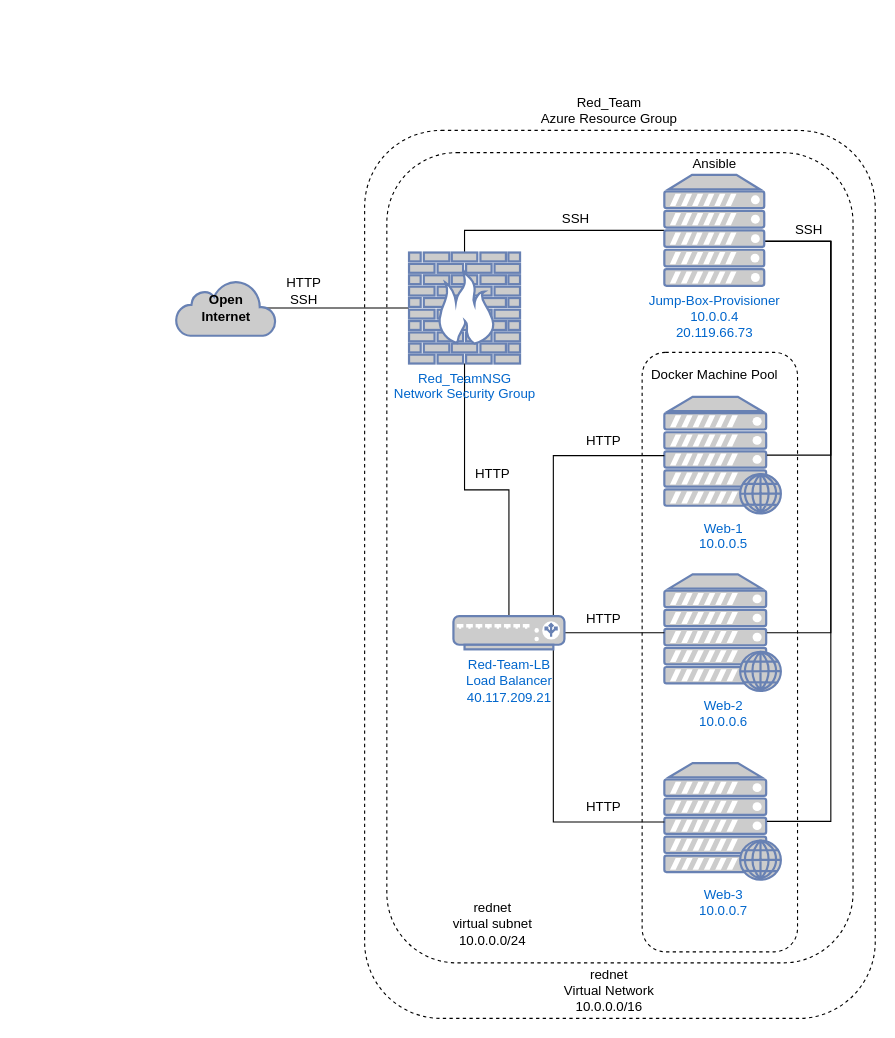
Above: diagrams/Azure_Env.drawio in crashtrtle/UCI-CS-Project1 (draw.io), before the change. Source tidied: cells renumbered, new cells numbered last; positions are measured from the earlier drawing's top-left corner, leaving out a move shared by most shapes. Both pictures are drawn from the tidied source at 111%, with x=0, y=0 at pixel (175, 93).
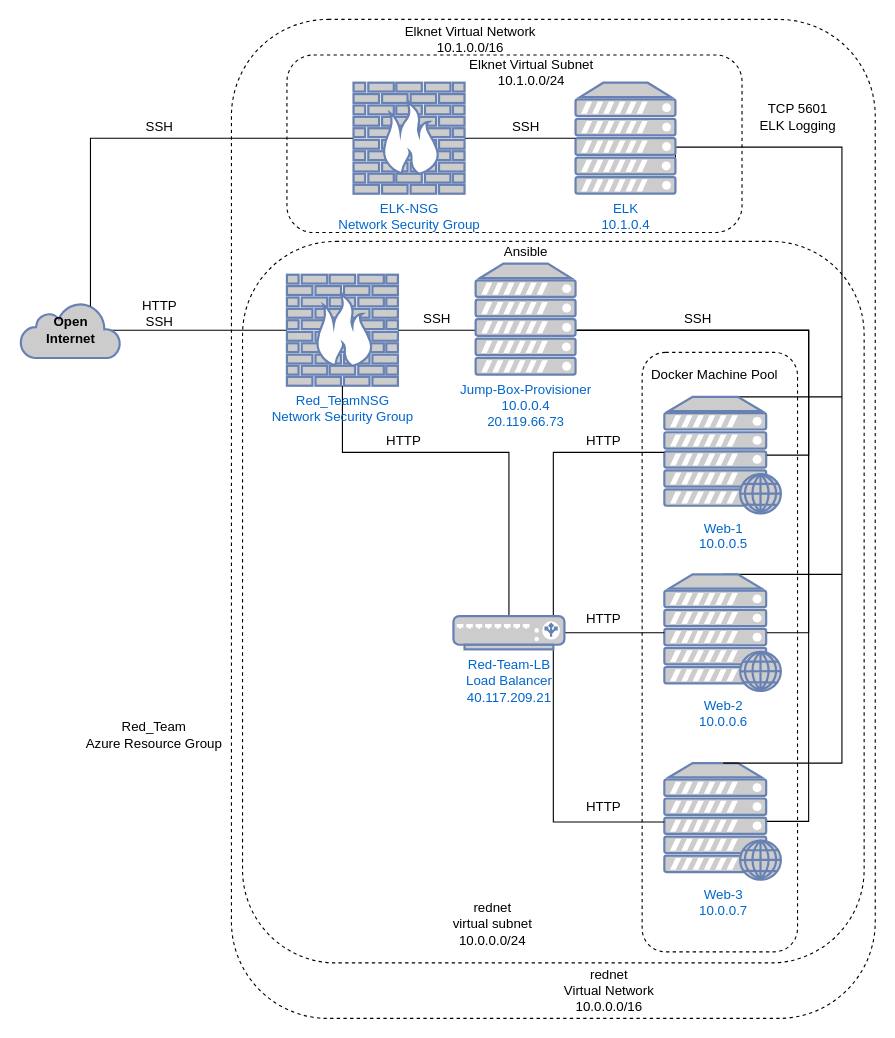
After the change.

Unchanged cells that the change refers to:
```xml
<mxCell id="5" value="Web-3&lt;br&gt;10.0.0.7" style="fontColor=#0066CC;verticalAlign=top;verticalLabelPosition=bottom;labelPosition=center;align=center;html=1;outlineConnect=0;fillColor=#CCCCCC;strokeColor=#6881B3;gradientColor=none;gradientDirection=north;strokeWidth=2;shape=mxgraph.networks.web_server;" parent="1" vertex="1">
  <mxGeometry x="440" y="603" width="105" height="105" as="geometry" />
</mxCell>
<mxCell id="6" value="Web-2&lt;br&gt;10.0.0.6" style="fontColor=#0066CC;verticalAlign=top;verticalLabelPosition=bottom;labelPosition=center;align=center;html=1;outlineConnect=0;fillColor=#CCCCCC;strokeColor=#6881B3;gradientColor=none;gradientDirection=north;strokeWidth=2;shape=mxgraph.networks.web_server;" parent="1" vertex="1">
  <mxGeometry x="440" y="433" width="105" height="105" as="geometry" />
</mxCell>
<mxCell id="7" value="Web-1&lt;br&gt;10.0.0.5" style="fontColor=#0066CC;verticalAlign=top;verticalLabelPosition=bottom;labelPosition=center;align=center;html=1;outlineConnect=0;fillColor=#CCCCCC;strokeColor=#6881B3;gradientColor=none;gradientDirection=north;strokeWidth=2;shape=mxgraph.networks.web_server;" parent="1" vertex="1">
  <mxGeometry x="440" y="273" width="105" height="105" as="geometry" />
</mxCell>
<mxCell id="12" value="Red-Team-LB&lt;br&gt;Load Balancer&lt;br&gt;40.117.209.21" style="fontColor=#0066CC;verticalAlign=top;verticalLabelPosition=bottom;labelPosition=center;align=center;html=1;outlineConnect=0;fillColor=#CCCCCC;strokeColor=#6881B3;gradientColor=none;gradientDirection=north;strokeWidth=2;shape=mxgraph.networks.load_balancer;" parent="1" vertex="1">
  <mxGeometry x="250" y="470.5" width="100" height="30" as="geometry" />
</mxCell>
```

Diff of the diagram source:
```diff
@@
     <mxCell id="2" style="rounded=1;whiteSpace=wrap;html=1;dashed=1;" parent="1" vertex="1">
-      <mxGeometry x="170" y="33" width="460" height="800" as="geometry" />
+      <mxGeometry x="50" y="-67" width="580" height="900" as="geometry" />
     </mxCell>
     <mxCell id="3" style="rounded=1;whiteSpace=wrap;html=1;dashed=1;" parent="1" vertex="1">
-      <mxGeometry x="190" y="53" width="420" height="730" as="geometry" />
+      <mxGeometry x="60" y="133" width="560" height="650" as="geometry" />
     </mxCell>
@@
+    <mxCell id="33" style="edgeStyle=none;rounded=0;jettySize=auto;html=1;exitX=0.5;exitY=0;exitDx=0;exitDy=0;exitPerimeter=0;endArrow=none;endFill=0;strokeColor=default;" parent="1" edge="1" source="6">
+      <mxGeometry relative="1" as="geometry">
+        <mxPoint x="600" y="433" as="targetPoint" />
+      </mxGeometry>
+    </mxCell>
@@
+    <mxCell id="34" style="edgeStyle=none;rounded=0;jettySize=auto;html=1;exitX=0.5;exitY=0;exitDx=0;exitDy=0;exitPerimeter=0;endArrow=none;endFill=0;strokeColor=default;" parent="1" edge="1" source="7">
+      <mxGeometry relative="1" as="geometry">
+        <mxPoint x="600" y="273" as="targetPoint" />
+      </mxGeometry>
+    </mxCell>
@@
     <mxCell id="9" style="edgeStyle=orthogonalEdgeStyle;rounded=0;jettySize=auto;html=1;endArrow=none;endFill=0;" parent="1" edge="1" source="12" target="7">
       <mxGeometry relative="1" as="geometry">
         <Array as="points">
-          <mxPoint x="340" y="326" />
+          <mxPoint x="340" y="323" />
         </Array>
       </mxGeometry>
     </mxCell>
@@
     <mxCell id="11" style="edgeStyle=orthogonalEdgeStyle;rounded=0;jettySize=auto;html=1;exitX=0.5;exitY=0;exitDx=0;exitDy=0;exitPerimeter=0;entryX=0.5;entryY=1;entryDx=0;entryDy=0;entryPerimeter=0;endArrow=none;endFill=0;" parent="1" edge="1" source="12" target="23">
-      <mxGeometry relative="1" as="geometry" />
+      <mxGeometry relative="1" as="geometry">
+        <Array as="points">
+          <mxPoint x="300" y="323" />
+          <mxPoint x="150" y="323" />
+        </Array>
+      </mxGeometry>
     </mxCell>
@@
     <mxCell id="16" style="edgeStyle=orthogonalEdgeStyle;rounded=0;jettySize=auto;html=1;entryX=0.88;entryY=0.5;entryDx=0;entryDy=0;entryPerimeter=0;endArrow=none;endFill=0;" parent="1" edge="1" source="20" target="7">
       <mxGeometry relative="1" as="geometry">
         <Array as="points">
-          <mxPoint x="590" y="133" />
-          <mxPoint x="590" y="326" />
+          <mxPoint x="570" y="213" />
+          <mxPoint x="570" y="326" />
         </Array>
       </mxGeometry>
     </mxCell>
     <mxCell id="17" style="edgeStyle=orthogonalEdgeStyle;rounded=0;jettySize=auto;html=1;entryX=0.88;entryY=0.5;entryDx=0;entryDy=0;entryPerimeter=0;endArrow=none;endFill=0;" parent="1" edge="1" source="20" target="6">
       <mxGeometry relative="1" as="geometry">
         <Array as="points">
-          <mxPoint x="590" y="133" />
-          <mxPoint x="590" y="486" />
+          <mxPoint x="570" y="213" />
+          <mxPoint x="570" y="486" />
         </Array>
       </mxGeometry>
     </mxCell>
     <mxCell id="18" style="edgeStyle=orthogonalEdgeStyle;rounded=0;jettySize=auto;html=1;entryX=0.88;entryY=0.5;entryDx=0;entryDy=0;entryPerimeter=0;endArrow=none;endFill=0;" parent="1" edge="1" source="20" target="5">
       <mxGeometry relative="1" as="geometry">
         <Array as="points">
-          <mxPoint x="590" y="133" />
-          <mxPoint x="590" y="656" />
+          <mxPoint x="570" y="213" />
+          <mxPoint x="570" y="656" />
         </Array>
       </mxGeometry>
     </mxCell>
     <mxCell id="19" style="edgeStyle=orthogonalEdgeStyle;rounded=0;jettySize=auto;html=1;endArrow=none;endFill=0;" parent="1" edge="1" source="20" target="23">
       <mxGeometry relative="1" as="geometry">
         <Array as="points">
-          <mxPoint x="260" y="123" />
+          <mxPoint x="240" y="213" />
+          <mxPoint x="240" y="213" />
         </Array>
       </mxGeometry>
     </mxCell>
     <mxCell id="20" value="Jump-Box-Provisioner&lt;br&gt;10.0.0.4&lt;br&gt;20.119.66.73" style="fontColor=#0066CC;verticalAlign=top;verticalLabelPosition=bottom;labelPosition=center;align=center;html=1;outlineConnect=0;fillColor=#CCCCCC;strokeColor=#6881B3;gradientColor=none;gradientDirection=north;strokeWidth=2;shape=mxgraph.networks.server;" parent="1" vertex="1">
-      <mxGeometry x="440" y="73" width="90" height="100" as="geometry" />
+      <mxGeometry x="270" y="153" width="90" height="100" as="geometry" />
     </mxCell>
     <mxCell id="21" value="SSH" style="text;html=1;align=center;verticalAlign=middle;strokeColor=none;fillColor=none;" parent="1" vertex="1">
-      <mxGeometry x="550" y="113" width="40" height="20" as="geometry" />
+      <mxGeometry x="450" y="193" width="40" height="20" as="geometry" />
     </mxCell>
@@
     <mxCell id="23" value="Red_TeamNSG&lt;br&gt;Network Security Group" style="fontColor=#0066CC;verticalAlign=top;verticalLabelPosition=bottom;labelPosition=center;align=center;html=1;outlineConnect=0;fillColor=#CCCCCC;strokeColor=#6881B3;gradientColor=none;gradientDirection=north;strokeWidth=2;shape=mxgraph.networks.firewall;" parent="1" vertex="1">
-      <mxGeometry x="210" y="143" width="100" height="100" as="geometry" />
+      <mxGeometry x="100" y="163" width="100" height="100" as="geometry" />
     </mxCell>
     <mxCell id="24" value="SSH" style="text;html=1;align=center;verticalAlign=middle;strokeColor=none;fillColor=none;" parent="1" vertex="1">
-      <mxGeometry x="340" y="103" width="40" height="20" as="geometry" />
+      <mxGeometry x="215" y="193" width="40" height="20" as="geometry" />
     </mxCell>
     <mxCell id="25" value="HTTP" style="text;html=1;align=center;verticalAlign=middle;strokeColor=none;fillColor=none;" parent="1" vertex="1">
-      <mxGeometry x="260" y="333" width="50" height="20" as="geometry" />
+      <mxGeometry x="180" y="303" width="50" height="20" as="geometry" />
     </mxCell>
@@
     <mxCell id="28" value="Red_Team&lt;br&gt;Azure Resource Group" style="text;html=1;align=center;verticalAlign=middle;strokeColor=none;fillColor=none;" parent="1" vertex="1">
-      <mxGeometry x="320" width="140" height="30" as="geometry" />
+      <mxGeometry x="-90" y="563" width="140" height="30" as="geometry" />
     </mxCell>
     <mxCell id="29" value="&lt;font color=&quot;#000000&quot;&gt;&lt;b&gt;Open&lt;br&gt;Internet&lt;/b&gt;&lt;/font&gt;" style="html=1;outlineConnect=0;fillColor=#CCCCCC;strokeColor=#6881B3;gradientColor=none;gradientDirection=north;strokeWidth=2;shape=mxgraph.networks.cloud;fontColor=#ffffff;spacing=2;" parent="1" vertex="1">
-      <mxGeometry y="168" width="90" height="50" as="geometry" />
+      <mxGeometry x="-140" y="188" width="90" height="50" as="geometry" />
     </mxCell>
     <mxCell id="30" value="HTTP&lt;br&gt;SSH" style="text;html=1;align=center;verticalAlign=middle;strokeColor=none;fillColor=none;" parent="1" vertex="1">
-      <mxGeometry x="90" y="163" width="50" height="30" as="geometry" />
+      <mxGeometry x="-40" y="183" width="50" height="30" as="geometry" />
     </mxCell>
@@
     <mxCell id="32" value="Ansible" style="text;html=1;align=center;verticalAlign=middle;strokeColor=none;fillColor=none;fontColor=#000000;" parent="1" vertex="1">
-      <mxGeometry x="460" y="53" width="50" height="20" as="geometry" />
+      <mxGeometry x="290" y="133" width="50" height="20" as="geometry" />
     </mxCell>
+    <mxCell id="35" style="rounded=1;whiteSpace=wrap;html=1;dashed=1;" parent="1" vertex="1">
+      <mxGeometry x="100" y="-35" width="410" height="160" as="geometry" />
+    </mxCell>
+    <mxCell id="36" style="edgeStyle=orthogonalEdgeStyle;rounded=0;orthogonalLoop=1;jettySize=auto;html=1;exitX=1;exitY=0.5;exitDx=0;exitDy=0;exitPerimeter=0;endArrow=none;endFill=0;strokeColor=default;" parent="1" edge="1">
+      <mxGeometry relative="1" as="geometry">
+        <mxPoint x="450" y="61" as="sourcePoint" />
+        <mxPoint x="493" y="603" as="targetPoint" />
+        <Array as="points">
+          <mxPoint x="450" y="48" />
+          <mxPoint x="600" y="48" />
+          <mxPoint x="600" y="603" />
+          <mxPoint x="493" y="603" />
+        </Array>
+      </mxGeometry>
+    </mxCell>
+    <mxCell id="37" value="ELK&lt;br&gt;10.1.0.4" style="fontColor=#0066CC;verticalAlign=top;verticalLabelPosition=bottom;labelPosition=center;align=center;html=1;outlineConnect=0;fillColor=#CCCCCC;strokeColor=#6881B3;gradientColor=none;gradientDirection=north;strokeWidth=2;shape=mxgraph.networks.server;" parent="1" vertex="1">
+      <mxGeometry x="360" y="-10" width="90" height="100" as="geometry" />
+    </mxCell>
+    <mxCell id="38" style="rounded=0;jettySize=auto;html=1;exitX=1;exitY=0.5;exitDx=0;exitDy=0;exitPerimeter=0;strokeColor=default;endArrow=none;endFill=0;" parent="1" edge="1" source="40" target="37">
+      <mxGeometry relative="1" as="geometry" />
+    </mxCell>
+    <mxCell id="39" style="edgeStyle=orthogonalEdgeStyle;rounded=0;jettySize=auto;html=1;exitX=0;exitY=0.5;exitDx=0;exitDy=0;exitPerimeter=0;entryX=0.7;entryY=0.07;entryDx=0;entryDy=0;entryPerimeter=0;endArrow=none;endFill=0;strokeColor=default;" parent="1" edge="1" source="40" target="29">
+      <mxGeometry relative="1" as="geometry" />
+    </mxCell>
+    <mxCell id="40" value="ELK-NSG&lt;br&gt;Network Security Group" style="fontColor=#0066CC;verticalAlign=top;verticalLabelPosition=bottom;labelPosition=center;align=center;html=1;outlineConnect=0;fillColor=#CCCCCC;strokeColor=#6881B3;gradientColor=none;gradientDirection=north;strokeWidth=2;shape=mxgraph.networks.firewall;" parent="1" vertex="1">
+      <mxGeometry x="160" y="-10" width="100" height="100" as="geometry" />
+    </mxCell>
+    <mxCell id="41" value="SSH" style="text;html=1;align=center;verticalAlign=middle;strokeColor=none;fillColor=none;" parent="1" vertex="1">
+      <mxGeometry x="295" y="20" width="40" height="20" as="geometry" />
+    </mxCell>
+    <mxCell id="42" value="SSH" style="text;html=1;align=center;verticalAlign=middle;strokeColor=none;fillColor=none;" parent="1" vertex="1">
+      <mxGeometry x="-35" y="20" width="40" height="20" as="geometry" />
+    </mxCell>
+    <mxCell id="43" value="TCP 5601&lt;br&gt;ELK Logging" style="text;html=1;align=center;verticalAlign=middle;strokeColor=none;fillColor=none;" parent="1" vertex="1">
+      <mxGeometry x="520" y="6" width="80" height="30" as="geometry" />
+    </mxCell>
+    <mxCell id="44" value="Elknet Virtual Network&lt;br&gt;10.1.0.0/16" style="text;html=1;align=center;verticalAlign=middle;strokeColor=none;fillColor=none;" parent="1" vertex="1">
+      <mxGeometry x="200" y="-64" width="130" height="30" as="geometry" />
+    </mxCell>
+    <mxCell id="45" value="Elknet Virtual Subnet&lt;br&gt;10.1.0.0/24" style="text;html=1;align=center;verticalAlign=middle;strokeColor=none;fillColor=none;" parent="1" vertex="1">
+      <mxGeometry x="255" y="-34" width="130" height="30" as="geometry" />
+    </mxCell>
```
